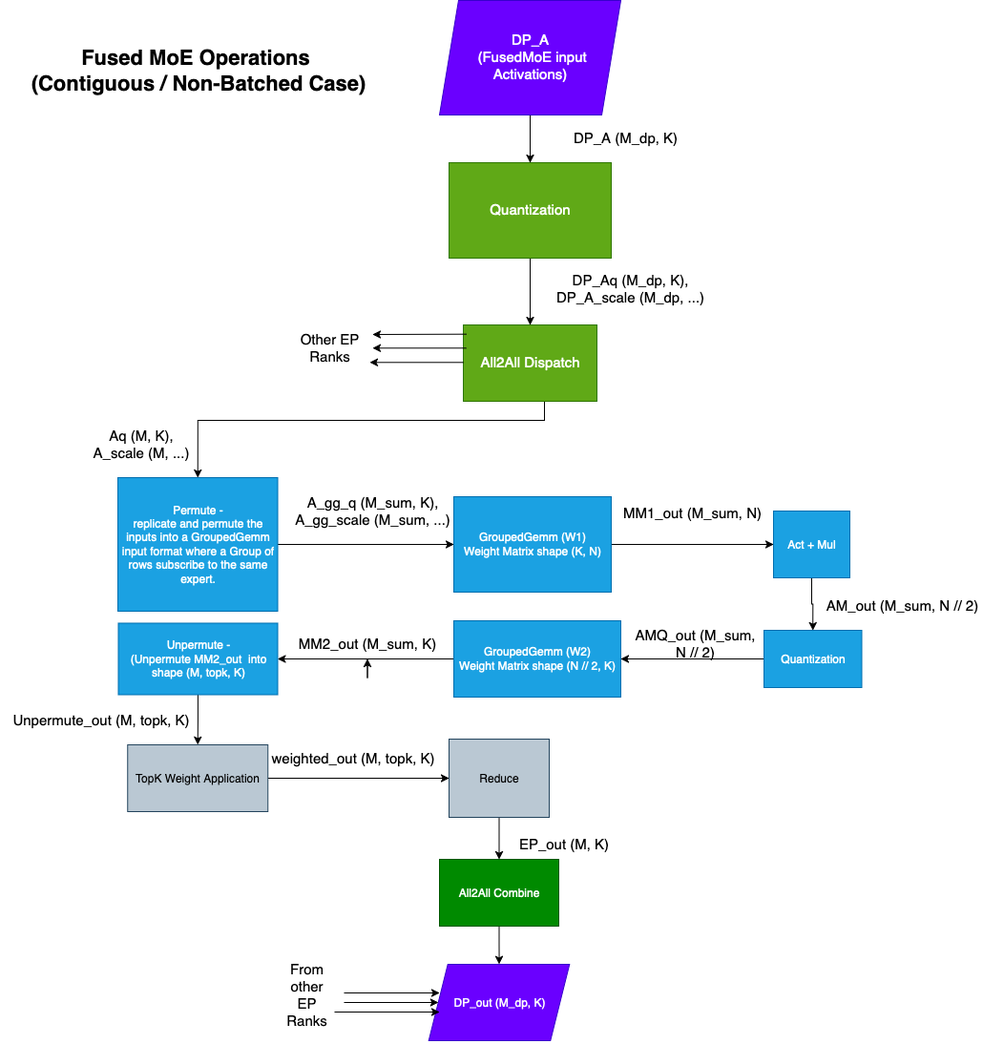
Above: docs/assets/design/fused_moe_modular_kernel/fused_moe_non_batched.png in vllm-project/vllm (draw.io), before the change. Source tidied: cells renumbered, new cells last; positions are measured from the earlier drawing's top-left corner, leaving out a move shared by most shapes.
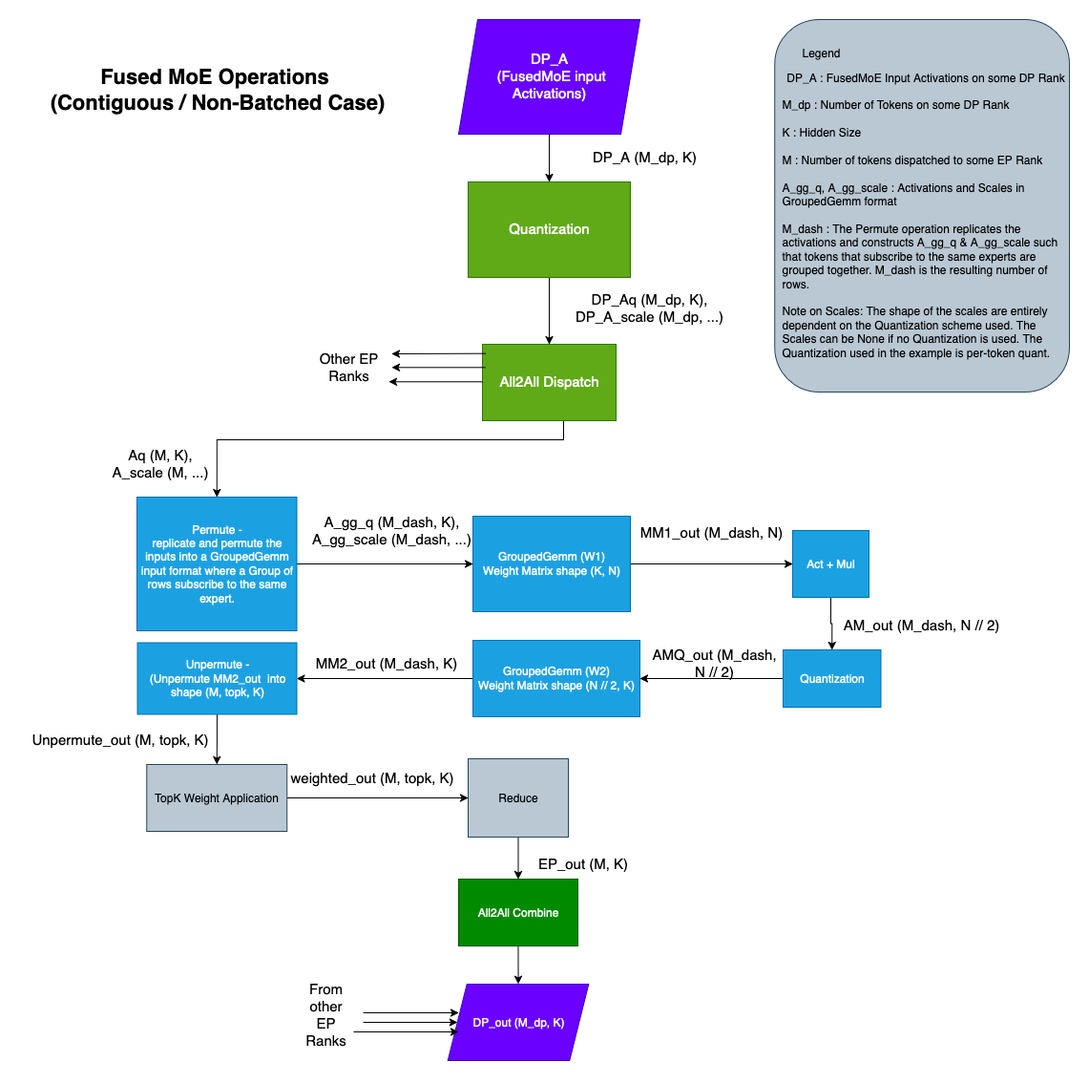
The same diagram one commit later.

Change to the diagram source:
```diff
@@ -40,7 +40,7 @@
     <mxCell id="12" value="&lt;div&gt;Permute -&lt;br&gt;&lt;/div&gt;&lt;div&gt;replicate and permute the inputs into a GroupedGemm input format where a Group of rows subscribe to the same expert.&lt;br&gt;&lt;/div&gt;" style="rounded=0;whiteSpace=wrap;html=1;fillColor=#1ba1e2;fontColor=#ffffff;strokeColor=#006EAF;" parent="1" vertex="1">
       <mxGeometry x="123" y="500" width="167.5" height="140" as="geometry" />
     </mxCell>
-    <mxCell id="13" value="&lt;div&gt;&lt;font style=&quot;font-size: 15px;&quot;&gt;A_gg_q (M_sum, K), &lt;br&gt;&lt;/font&gt;&lt;/div&gt;&lt;div&gt;&lt;font style=&quot;font-size: 15px;&quot;&gt;A_gg_scale (M_sum, ...)&lt;/font&gt;&lt;/div&gt;&lt;div&gt;&lt;font style=&quot;font-size: 15px;&quot;&gt;&lt;br&gt;&lt;/font&gt;&lt;/div&gt;" style="text;html=1;align=center;verticalAlign=middle;whiteSpace=wrap;rounded=0;" parent="1" vertex="1">
+    <mxCell id="13" value="&lt;div&gt;&lt;font style=&quot;font-size: 15px;&quot;&gt;A_gg_q (M_dash, K), &lt;br&gt;&lt;/font&gt;&lt;/div&gt;&lt;div&gt;&lt;font style=&quot;font-size: 15px;&quot;&gt;A_gg_scale (M_dash, ...)&lt;/font&gt;&lt;/div&gt;&lt;div&gt;&lt;font style=&quot;font-size: 15px;&quot;&gt;&lt;br&gt;&lt;/font&gt;&lt;/div&gt;" style="text;html=1;align=center;verticalAlign=middle;whiteSpace=wrap;rounded=0;" parent="1" vertex="1">
       <mxGeometry x="295" y="530" width="190" height="30" as="geometry" />
     </mxCell>
     <mxCell id="14" style="edgeStyle=orthogonalEdgeStyle;rounded=0;jettySize=auto;html=1;entryX=0;entryY=0.5;entryDx=0;entryDy=0;" parent="1" edge="1" source="15" target="18">
@@ -49,8 +49,8 @@
     <mxCell id="15" value="&lt;div&gt;GroupedGemm (W1) &lt;br&gt;&lt;/div&gt;&lt;div&gt;Weight Matrix shape (K, N)&lt;br&gt;&lt;/div&gt;" style="rounded=0;whiteSpace=wrap;html=1;fillColor=#1ba1e2;fontColor=#ffffff;strokeColor=#006EAF;" parent="1" vertex="1">
       <mxGeometry x="475" y="520" width="165" height="100" as="geometry" />
     </mxCell>
-    <mxCell id="16" value="&lt;div&gt;&lt;font style=&quot;font-size: 15px;&quot;&gt;MM1_out (M_sum, N)&lt;/font&gt;&lt;br&gt;&lt;/div&gt;&lt;div&gt;&lt;br&gt;&lt;/div&gt;" style="text;html=1;align=center;verticalAlign=middle;whiteSpace=wrap;rounded=0;" parent="1" vertex="1">
-      <mxGeometry x="650" y="530" width="150" height="30" as="geometry" />
+    <mxCell id="16" value="&lt;div&gt;&lt;font style=&quot;font-size: 15px;&quot;&gt;MM1_out (M_dash, N)&lt;/font&gt;&lt;br&gt;&lt;/div&gt;&lt;div&gt;&lt;br&gt;&lt;/div&gt;" style="text;html=1;align=center;verticalAlign=middle;whiteSpace=wrap;rounded=0;" parent="1" vertex="1">
+      <mxGeometry x="640" y="530" width="170" height="30" as="geometry" />
     </mxCell>
     <mxCell id="17" style="edgeStyle=orthogonalEdgeStyle;rounded=0;jettySize=auto;html=1;entryX=0.5;entryY=0;entryDx=0;entryDy=0;" parent="1" edge="1" source="18" target="21">
       <mxGeometry relative="1" as="geometry" />
@@ -58,7 +58,7 @@
     <mxCell id="18" value="Act + Mul" style="rounded=0;whiteSpace=wrap;html=1;fillColor=#1ba1e2;fontColor=#ffffff;strokeColor=#006EAF;" parent="1" vertex="1">
       <mxGeometry x="810" y="535" width="80" height="70" as="geometry" />
     </mxCell>
-    <mxCell id="19" value="&lt;font style=&quot;font-size: 15px;&quot;&gt;AM_out (M_sum, N // 2)&lt;/font&gt;" style="text;html=1;align=center;verticalAlign=middle;whiteSpace=wrap;rounded=0;" parent="1" vertex="1">
+    <mxCell id="19" value="&lt;div&gt;&lt;font style=&quot;font-size: 15px;&quot;&gt;AM_out (M_dash, N // 2)&lt;/font&gt;&lt;/div&gt;" style="text;html=1;align=center;verticalAlign=middle;whiteSpace=wrap;rounded=0;" parent="1" vertex="1">
       <mxGeometry x="860" y="620" width="170" height="30" as="geometry" />
     </mxCell>
     <mxCell id="20" style="edgeStyle=orthogonalEdgeStyle;rounded=0;jettySize=auto;html=1;entryX=1;entryY=0.5;entryDx=0;entryDy=0;" parent="1" edge="1" source="21" target="24">
@@ -67,7 +67,7 @@
     <mxCell id="21" value="&lt;div&gt;Quantization&lt;/div&gt;" style="rounded=0;whiteSpace=wrap;html=1;fillColor=#1ba1e2;fontColor=#ffffff;strokeColor=#006EAF;" parent="1" vertex="1">
       <mxGeometry x="800" y="660" width="102.5" height="60" as="geometry" />
     </mxCell>
-    <mxCell id="22" value="&lt;font style=&quot;font-size: 15px;&quot;&gt;AMQ_out (M_sum, N // 2)&lt;/font&gt;" style="text;html=1;align=center;verticalAlign=middle;whiteSpace=wrap;rounded=0;" parent="1" vertex="1">
+    <mxCell id="22" value="&lt;font style=&quot;font-size: 15px;&quot;&gt;AMQ_out (M_dash, N // 2)&lt;/font&gt;" style="text;html=1;align=center;verticalAlign=middle;whiteSpace=wrap;rounded=0;" parent="1" vertex="1">
       <mxGeometry x="657.5" y="660" width="140" height="30" as="geometry" />
     </mxCell>
     <mxCell id="23" style="edgeStyle=orthogonalEdgeStyle;rounded=0;jettySize=auto;html=1;entryX=1;entryY=0.5;entryDx=0;entryDy=0;" parent="1" edge="1" source="24" target="27">
@@ -76,7 +76,7 @@
     <mxCell id="24" value="&lt;div&gt;GroupedGemm (W2) &lt;br&gt;&lt;/div&gt;&lt;div&gt;Weight Matrix shape (N // 2, K)&lt;br&gt;&lt;/div&gt;" style="rounded=0;whiteSpace=wrap;html=1;fillColor=#1ba1e2;fontColor=#ffffff;strokeColor=#006EAF;" parent="1" vertex="1">
       <mxGeometry x="475" y="650" width="175" height="80" as="geometry" />
     </mxCell>
-    <mxCell id="25" value="&lt;font style=&quot;font-size: 15px;&quot;&gt;MM2_out (M_sum, K)&lt;/font&gt;" style="text;html=1;align=center;verticalAlign=middle;whiteSpace=wrap;rounded=0;" parent="1" vertex="1">
+    <mxCell id="25" value="&lt;font style=&quot;font-size: 15px;&quot;&gt;MM2_out (M_dash, K)&lt;/font&gt;" style="text;html=1;align=center;verticalAlign=middle;whiteSpace=wrap;rounded=0;" parent="1" vertex="1">
       <mxGeometry x="308.8" y="660" width="151.2" height="30" as="geometry" />
     </mxCell>
     <mxCell id="26" style="edgeStyle=orthogonalEdgeStyle;rounded=0;jettySize=auto;html=1;entryX=0.5;entryY=0;entryDx=0;entryDy=0;" parent="1" edge="1" source="27" target="29">
@@ -155,11 +155,17 @@
     <mxCell id="45" value="&lt;div&gt;&lt;font style=&quot;font-size: 15px;&quot;&gt;From other EP Ranks&lt;/font&gt;&lt;/div&gt;&lt;div&gt;&lt;br&gt;&lt;/div&gt;" style="text;html=1;align=center;verticalAlign=middle;whiteSpace=wrap;rounded=0;" parent="1" vertex="1">
       <mxGeometry x="290.5" y="1035" width="60" height="30" as="geometry" />
     </mxCell>
-    <mxCell id="46" style="edgeStyle=orthogonalEdgeStyle;rounded=0;orthogonalLoop=1;jettySize=auto;html=1;exitX=0.5;exitY=1;exitDx=0;exitDy=0;" parent="1" edge="1" source="25" target="25">
-      <mxGeometry relative="1" as="geometry" />
-    </mxCell>
     <mxCell id="47" value="&lt;div&gt;&lt;b&gt;&lt;font style=&quot;font-size: 22px;&quot;&gt;Fused MoE Operations&amp;nbsp;&lt;/font&gt;&lt;/b&gt;&lt;/div&gt;&lt;div&gt;&lt;b&gt;&lt;font style=&quot;font-size: 22px;&quot;&gt;(Contiguous / Non-Batched Case)&lt;/font&gt;&lt;/b&gt;&lt;/div&gt;" style="text;html=1;align=center;verticalAlign=middle;strokeColor=none;fillColor=none;" parent="1" vertex="1">
       <mxGeometry x="22" y="40" width="370" height="70" as="geometry" />
     </mxCell>
+    <mxCell id="48" style="rounded=1;whiteSpace=wrap;html=1;fillColor=#bac8d3;strokeColor=#23445d;" parent="1" vertex="1">
+      <mxGeometry x="791.2" width="308.8" height="390" as="geometry" />
+    </mxCell>
+    <mxCell id="49" value="Legend" style="text;html=1;align=center;verticalAlign=middle;whiteSpace=wrap;rounded=0;" parent="1" vertex="1">
+      <mxGeometry x="810" y="20" width="60" height="30" as="geometry" />
+    </mxCell>
+    <mxCell id="50" value="&lt;div&gt;DP_A : FusedMoE Input Activations on some DP Rank &lt;/div&gt;&lt;div&gt;&lt;br&gt;&lt;/div&gt;&lt;div align=&quot;left&quot;&gt;M_dp : Number of Tokens on some DP Rank&lt;/div&gt;&lt;div align=&quot;left&quot;&gt;&lt;br&gt;&lt;/div&gt;&lt;div align=&quot;left&quot;&gt;K : Hidden Size&lt;/div&gt;&lt;div align=&quot;left&quot;&gt;&lt;br&gt;&lt;/div&gt;&lt;div align=&quot;left&quot;&gt;M : Number of tokens dispatched to some EP Rank&lt;br&gt;&lt;/div&gt;&lt;div align=&quot;left&quot;&gt;&lt;br&gt;&lt;/div&gt;&lt;div align=&quot;left&quot;&gt;A_gg_q, A_gg_scale : Activations and Scales in GroupedGemm format&lt;/div&gt;&lt;div align=&quot;left&quot;&gt;&lt;br&gt;&lt;/div&gt;&lt;div align=&quot;left&quot;&gt;M_dash : The Permute operation replicates the activations and constructs A_gg_q &amp;amp; A_gg_scale such&lt;/div&gt;&lt;div align=&quot;left&quot;&gt;that tokens that subscribe to the same experts are grouped together. M_dash is the resulting number of rows. &lt;br&gt;&lt;/div&gt;&lt;div align=&quot;left&quot;&gt;&lt;br&gt;&lt;/div&gt;&lt;div align=&quot;left&quot;&gt;Note on Scales: The shape of the scales are entirely dependent on the Quantization scheme used. The Scales can be None if no Quantization is used. The Quantization used in the example is per-token quant.&lt;br&gt;&lt;/div&gt;" style="text;html=1;align=center;verticalAlign=middle;whiteSpace=wrap;rounded=0;" parent="1" vertex="1">
+      <mxGeometry x="797.5" y="60" width="302.5" height="290" as="geometry" />
+    </mxCell>
   </root>
 </mxGraphModel>
```
